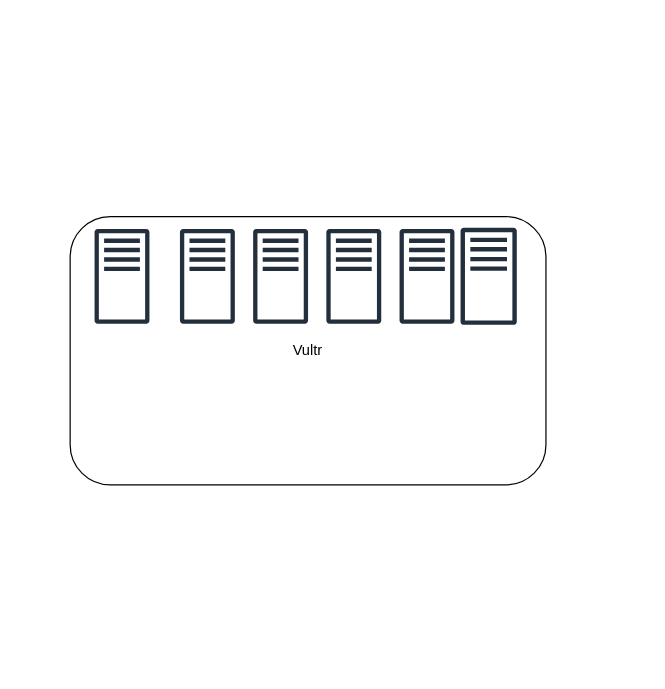
Above: Battleground Schematic.drawio in ap0x29a/socproject (draw.io), before the change. Source tidied: cells renumbered, new cells numbered last; positions are measured from the earlier drawing's top-left corner, leaving out a move shared by most shapes. Both pictures are drawn from the tidied source at 122%, with x=0, y=0 at pixel (70, 216).
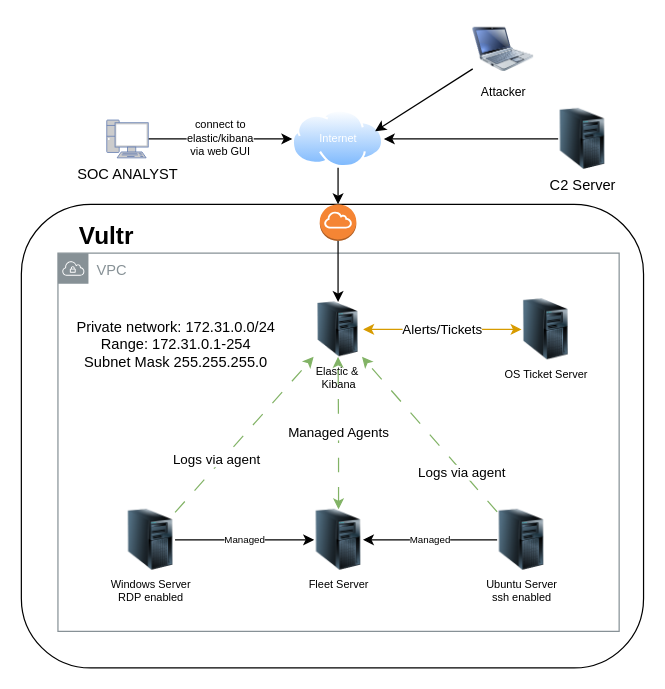
After the change.

The edit, as a diff of the source:
```diff
@@
+    <mxCell id="9" style="rounded=1;whiteSpace=wrap;html=1;" parent="1" vertex="1">
+      <mxGeometry x="-40" y="-10" width="510" height="380" as="geometry" />
+    </mxCell>
+    <mxCell id="10" value="VPC" style="sketch=0;gradientColor=none;html=1;whiteSpace=wrap;fontSize=12;fontStyle=0;shape=mxgraph.aws4.group;grIcon=mxgraph.aws4.group_vpc;strokeColor=#879196;fillColor=none;verticalAlign=top;align=left;spacingLeft=30;fontColor=#879196;dashed=0;" parent="1" vertex="1">
+      <mxGeometry x="-10" y="30" width="460" height="310" as="geometry" />
+    </mxCell>
-    <mxCell id="2" value="Vultr" style="rounded=1;whiteSpace=wrap;html=1;" parent="1" vertex="1">
-      <mxGeometry width="390" height="220" as="geometry" />
+    <mxCell id="2" value="Vultr" style="text;html=1;align=center;verticalAlign=middle;whiteSpace=wrap;rounded=0;labelBackgroundColor=none;textShadow=0;fontStyle=1;fontSize=20;" parent="1" vertex="1">
+      <mxGeometry width="60" height="30" as="geometry" />
     </mxCell>
-    <mxCell id="3" style="sketch=0;fontColor=#232F3E;gradientColor=none;fillColor=#232F3D;strokeColor=none;dashed=0;verticalLabelPosition=bottom;verticalAlign=top;align=center;html=1;fontSize=12;fontStyle=0;shape=mxgraph.aws4.traditional_server;" parent="1" vertex="1">
-      <mxGeometry x="20" y="10" width="45" height="78" as="geometry" />
-    </mxCell>
-    <mxCell id="4" style="sketch=0;fontColor=#232F3E;gradientColor=none;fillColor=#232F3D;strokeColor=none;dashed=0;verticalLabelPosition=bottom;verticalAlign=top;align=center;html=1;fontSize=12;fontStyle=0;shape=mxgraph.aws4.traditional_server;" parent="1" vertex="1">
-      <mxGeometry x="90" y="10" width="45" height="78" as="geometry" />
-    </mxCell>
-    <mxCell id="5" style="sketch=0;fontColor=#232F3E;gradientColor=none;fillColor=#232F3D;strokeColor=none;dashed=0;verticalLabelPosition=bottom;verticalAlign=top;align=center;html=1;fontSize=12;fontStyle=0;shape=mxgraph.aws4.traditional_server;" parent="1" vertex="1">
-      <mxGeometry x="150" y="10" width="45" height="78" as="geometry" />
-    </mxCell>
-    <mxCell id="6" style="sketch=0;fontColor=#232F3E;gradientColor=none;fillColor=#232F3D;strokeColor=none;dashed=0;verticalLabelPosition=bottom;verticalAlign=top;align=center;html=1;fontSize=12;fontStyle=0;shape=mxgraph.aws4.traditional_server;" parent="1" vertex="1">
-      <mxGeometry x="210" y="10" width="45" height="78" as="geometry" />
-    </mxCell>
-    <mxCell id="7" style="sketch=0;fontColor=#232F3E;gradientColor=none;fillColor=#232F3D;strokeColor=none;dashed=0;verticalLabelPosition=bottom;verticalAlign=top;align=center;html=1;fontSize=12;fontStyle=0;shape=mxgraph.aws4.traditional_server;" parent="1" vertex="1">
-      <mxGeometry x="270" y="10" width="45" height="78" as="geometry" />
-    </mxCell>
-    <mxCell id="8" style="sketch=0;fontColor=#232F3E;gradientColor=none;fillColor=#232F3D;strokeColor=none;dashed=0;verticalLabelPosition=bottom;verticalAlign=top;align=center;html=1;fontSize=12;fontStyle=0;shape=mxgraph.aws4.traditional_server;" parent="1" vertex="1">
-      <mxGeometry x="320" y="9" width="46.1" height="80" as="geometry" />
-    </mxCell>
+    <mxCell id="11" value="&lt;font style=&quot;font-size: 9px;&quot;&gt;Elastic &amp;amp;&amp;nbsp;&lt;/font&gt;&lt;div style=&quot;font-size: 9px;&quot;&gt;&lt;font style=&quot;font-size: 9px;&quot;&gt;Kibana&lt;/font&gt;&lt;div style=&quot;font-size: 9px;&quot;&gt;&lt;br style=&quot;font-size: 9px;&quot;&gt;&lt;/div&gt;&lt;/div&gt;" style="image;html=1;image=img/lib/clip_art/computers/Server_Tower_128x128.png;fontSize=9;" parent="1" vertex="1">
+      <mxGeometry x="199" y="70" width="41.2" height="45" as="geometry" />
+    </mxCell>
+    <mxCell id="12" value="Managed" style="edgeStyle=orthogonalEdgeStyle;rounded=0;jettySize=auto;html=1;fontSize=8;" parent="1" edge="1" source="14" target="16">
+      <mxGeometry relative="1" as="geometry" />
+    </mxCell>
+    <mxCell id="13" value="Logs via agent" style="rounded=0;jettySize=auto;html=1;fillColor=#d5e8d4;strokeColor=#82b366;dashed=1;dashPattern=12 12;" parent="1" edge="1" source="14" target="11">
+      <mxGeometry x="-0.36" y="3" relative="1" as="geometry" />
+    </mxCell>
+    <mxCell id="14" value="Windows Server&lt;div style=&quot;font-size: 9px;&quot;&gt;RDP enabled&lt;/div&gt;" style="image;html=1;image=img/lib/clip_art/computers/Server_Tower_128x128.png;fontSize=9;" parent="1" vertex="1">
+      <mxGeometry x="46" y="240" width="40" height="50" as="geometry" />
+    </mxCell>
+    <mxCell id="15" value="Managed Agents" style="edgeStyle=orthogonalEdgeStyle;rounded=0;jettySize=auto;html=1;startArrow=classic;startFill=1;dashed=1;dashPattern=12 12;fillColor=#d5e8d4;strokeColor=#82b366;exitX=0.5;exitY=0;exitDx=0;exitDy=0;" parent="1" edge="1" source="16" target="11">
+      <mxGeometry relative="1" as="geometry" />
+    </mxCell>
+    <mxCell id="16" value="Fleet Server" style="image;html=1;image=img/lib/clip_art/computers/Server_Tower_128x128.png;fontSize=9;" parent="1" vertex="1">
+      <mxGeometry x="200" y="240" width="40" height="50" as="geometry" />
+    </mxCell>
+    <mxCell id="17" value="Managed" style="edgeStyle=orthogonalEdgeStyle;rounded=0;jettySize=auto;html=1;entryX=1;entryY=0.5;entryDx=0;entryDy=0;fontSize=8;" parent="1" edge="1" source="19" target="16">
+      <mxGeometry relative="1" as="geometry" />
+    </mxCell>
+    <mxCell id="18" value="Logs via agent" style="rounded=0;jettySize=auto;html=1;fillColor=#d5e8d4;strokeColor=#82b366;dashed=1;dashPattern=12 12;" parent="1" edge="1" source="19" target="11">
+      <mxGeometry x="-0.48" y="2" relative="1" as="geometry">
+        <mxPoint x="1" as="offset" />
+      </mxGeometry>
+    </mxCell>
+    <mxCell id="19" value="Ubuntu Server&lt;div&gt;ssh enabled&lt;/div&gt;" style="image;html=1;image=img/lib/clip_art/computers/Server_Tower_128x128.png;fontSize=9;" parent="1" vertex="1">
+      <mxGeometry x="350" y="240" width="40" height="50" as="geometry" />
+    </mxCell>
+    <mxCell id="20" value="Alerts/Tickets" style="edgeStyle=orthogonalEdgeStyle;rounded=0;jettySize=auto;html=1;fillColor=#ffe6cc;strokeColor=#d79b00;startArrow=classic;startFill=1;" parent="1" edge="1" source="21" target="11">
+      <mxGeometry relative="1" as="geometry" />
+    </mxCell>
+    <mxCell id="21" value="OS Ticket Server" style="image;html=1;image=img/lib/clip_art/computers/Server_Tower_128x128.png;fontSize=9;" parent="1" vertex="1">
+      <mxGeometry x="370" y="67.5" width="40" height="50" as="geometry" />
+    </mxCell>
+    <mxCell id="22" style="edgeStyle=orthogonalEdgeStyle;rounded=0;jettySize=auto;html=1;entryX=1;entryY=0.5;entryDx=0;entryDy=0;" parent="1" edge="1" source="23" target="28">
+      <mxGeometry relative="1" as="geometry" />
+    </mxCell>
+    <mxCell id="23" value="C2 Server" style="image;html=1;image=img/lib/clip_art/computers/Server_Tower_128x128.png;" parent="1" vertex="1">
+      <mxGeometry x="400" y="-88.6" width="40" height="50" as="geometry" />
+    </mxCell>
+    <mxCell id="24" value="Private network: 172.31.0.0/24&lt;div&gt;Range: 172.31.0.1-254&lt;/div&gt;&lt;div&gt;Subnet Mask 255.255.255.0&lt;/div&gt;" style="text;html=1;align=center;verticalAlign=middle;whiteSpace=wrap;rounded=0;" parent="1" vertex="1">
+      <mxGeometry y="80" width="174" height="50" as="geometry" />
+    </mxCell>
+    <mxCell id="25" style="edgeStyle=orthogonalEdgeStyle;rounded=0;jettySize=auto;html=1;" parent="1" edge="1" source="26" target="11">
+      <mxGeometry relative="1" as="geometry" />
+    </mxCell>
+    <mxCell id="26" style="outlineConnect=0;dashed=0;verticalLabelPosition=bottom;verticalAlign=top;align=center;html=1;shape=mxgraph.aws3.internet_gateway;fillColor=#F58534;gradientColor=none;" parent="1" vertex="1">
+      <mxGeometry x="204.6" y="-10" width="30" height="30" as="geometry" />
+    </mxCell>
+    <mxCell id="27" style="edgeStyle=orthogonalEdgeStyle;rounded=0;jettySize=auto;html=1;" parent="1" edge="1" source="28" target="26">
+      <mxGeometry relative="1" as="geometry" />
+    </mxCell>
+    <mxCell id="28" style="image;perimeter=ellipsePerimeter;html=1;align=center;shadow=0;dashed=0;spacingTop=3;image=img/lib/active_directory/internet_cloud.svg;" parent="1" vertex="1">
+      <mxGeometry x="182.1" y="-87.2" width="75" height="47.2" as="geometry" />
+    </mxCell>
+    <mxCell id="29" value="connect to&lt;div style=&quot;font-size: 9px;&quot;&gt;elastic/kibana&lt;/div&gt;&lt;div style=&quot;font-size: 9px;&quot;&gt;via web GUI&lt;/div&gt;" style="edgeStyle=orthogonalEdgeStyle;rounded=0;jettySize=auto;html=1;fontSize=9;" parent="1" edge="1" source="30" target="28">
+      <mxGeometry relative="1" as="geometry" />
+    </mxCell>
+    <mxCell id="30" value="SOC ANALYST&lt;div&gt;&lt;br&gt;&lt;/div&gt;" style="fontColor=#000000;verticalAlign=top;verticalLabelPosition=bottom;labelPosition=center;align=center;html=1;outlineConnect=0;fillColor=#CCCCCC;strokeColor=#6881B3;gradientColor=none;gradientDirection=north;strokeWidth=2;shape=mxgraph.networks.pc;" parent="1" vertex="1">
+      <mxGeometry x="30" y="-79.1" width="34" height="31" as="geometry" />
+    </mxCell>
+    <mxCell id="31" value="Internet" style="text;html=1;align=center;verticalAlign=middle;whiteSpace=wrap;rounded=0;fontColor=#FFFFFF;fontSize=9;" parent="1" vertex="1">
+      <mxGeometry x="194.6" y="-73.6" width="50" height="20" as="geometry" />
+    </mxCell>
+    <mxCell id="32" style="rounded=0;jettySize=auto;html=1;" parent="1" edge="1" source="33">
+      <mxGeometry relative="1" as="geometry">
+        <mxPoint x="250" y="-70" as="targetPoint" />
+      </mxGeometry>
+    </mxCell>
+    <mxCell id="33" value="Attacker" style="image;html=1;image=img/lib/clip_art/computers/Netbook_128x128.png;fontSize=10;" parent="1" vertex="1">
+      <mxGeometry x="330" y="-160" width="50" height="46" as="geometry" />
+    </mxCell>
```
